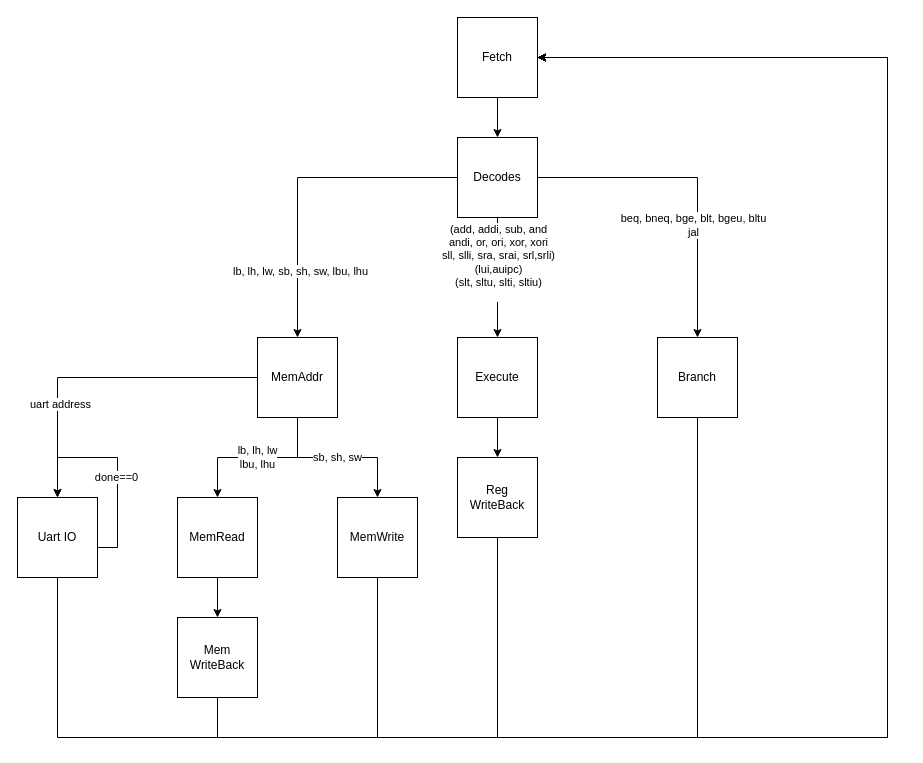
Before: Untitled Diagram.drawio in cyx233/CppSource, a draw.io diagram. Source tidied: cells renumbered, new cells numbered last; positions are measured from the earlier drawing's top-left corner, leaving out a move shared by most shapes. Both pictures are drawn from the tidied source at 100%, with x=0, y=0 at pixel (17, 17).
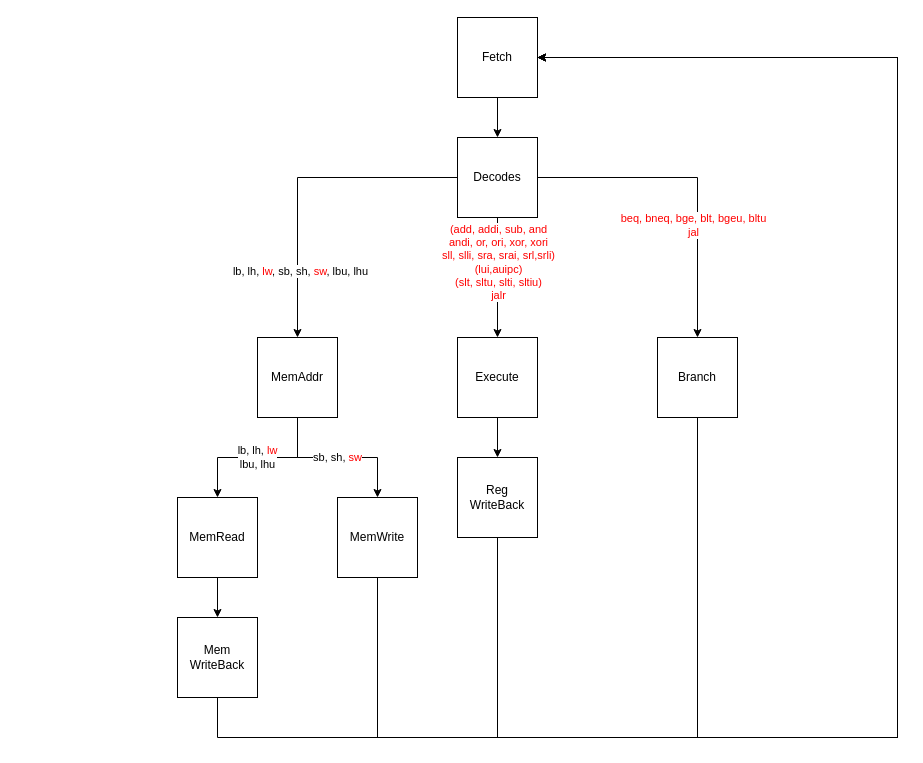
The same diagram, later.

Unchanged cells that the change refers to:
```xml
<mxCell id="3" value="Fetch" style="whiteSpace=wrap;html=1;" parent="1" vertex="1">
  <mxGeometry x="440" width="80" height="80" as="geometry" />
</mxCell>
<mxCell id="4" style="edgeStyle=orthogonalEdgeStyle;rounded=0;jettySize=auto;html=1;exitX=0;exitY=0.5;exitDx=0;exitDy=0;entryX=0.5;entryY=0;entryDx=0;entryDy=0;" parent="1" edge="1" source="10" target="19">
  <mxGeometry relative="1" as="geometry" />
</mxCell>
<mxCell id="6" style="edgeStyle=orthogonalEdgeStyle;rounded=0;jettySize=auto;html=1;entryX=0.5;entryY=0;entryDx=0;entryDy=0;" parent="1" edge="1" source="10" target="14">
  <mxGeometry relative="1" as="geometry" />
</mxCell>
<mxCell id="8" style="edgeStyle=orthogonalEdgeStyle;rounded=0;jettySize=auto;html=1;entryX=0.5;entryY=0;entryDx=0;entryDy=0;" parent="1" edge="1" source="10" target="12">
  <mxGeometry relative="1" as="geometry" />
</mxCell>
<mxCell id="12" value="Branch" style="whiteSpace=wrap;html=1;" parent="1" vertex="1">
  <mxGeometry x="640" y="320" width="80" height="80" as="geometry" />
</mxCell>
<mxCell id="19" value="MemAddr" style="whiteSpace=wrap;html=1;" parent="1" vertex="1">
  <mxGeometry x="240" y="320" width="80" height="80" as="geometry" />
</mxCell>
<mxCell id="21" value="Reg WriteBack" style="whiteSpace=wrap;html=1;" parent="1" vertex="1">
  <mxGeometry x="440" y="440" width="80" height="80" as="geometry" />
</mxCell>
<mxCell id="23" value="MemWrite" style="whiteSpace=wrap;html=1;" parent="1" vertex="1">
  <mxGeometry x="320" y="480" width="80" height="80" as="geometry" />
</mxCell>
<mxCell id="25" value="MemRead" style="whiteSpace=wrap;html=1;" parent="1" vertex="1">
  <mxGeometry x="160" y="480" width="80" height="80" as="geometry" />
</mxCell>
<mxCell id="27" value="Mem WriteBack" style="whiteSpace=wrap;html=1;" parent="1" vertex="1">
  <mxGeometry x="160" y="600" width="80" height="80" as="geometry" />
</mxCell>
```

What changed in the source:
```diff
@@
-    <mxCell id="5" value="lb, lh, lw, sb, sh, sw, lbu, lhu" style="edgeLabel;html=1;align=center;verticalAlign=middle;" parent="4" vertex="1">
+    <mxCell id="5" value="lb, lh, &lt;font color=&quot;#FF0000&quot;&gt;lw&lt;/font&gt;, sb, sh,&lt;font color=&quot;#FF0000&quot;&gt; sw&lt;/font&gt;, lbu, lhu" style="edgeLabel;html=1;align=center;verticalAlign=middle;" parent="4" vertex="1">
       <mxGeometry x="0.58" y="2" relative="1" as="geometry" />
     </mxCell>
@@
-    <mxCell id="7" value="&lt;div&gt;(add, addi, sub, and&lt;/div&gt;&lt;div&gt;andi, or, ori, xor, xori&lt;/div&gt;&lt;div&gt;sll, slli, sra, srai, srl,srli)&lt;/div&gt;&lt;div&gt;(lui,auipc)&lt;/div&gt;&lt;div&gt;(slt, sltu, slti, sltiu)&lt;/div&gt;&lt;div&gt;&lt;br&gt;&lt;/div&gt;" style="edgeLabel;html=1;align=center;verticalAlign=middle;" parent="6" vertex="1">
+    <mxCell id="7" value="&lt;div&gt;&lt;font color=&quot;#FF0000&quot;&gt;(add, addi, sub, and&lt;/font&gt;&lt;/div&gt;&lt;div&gt;&lt;font color=&quot;#FF0000&quot;&gt;andi, or, ori, xor, xori&lt;/font&gt;&lt;/div&gt;&lt;div&gt;&lt;font color=&quot;#FF0000&quot;&gt;sll, slli, sra, srai, srl,srli)&lt;/font&gt;&lt;/div&gt;&lt;div&gt;&lt;font color=&quot;#FF0000&quot;&gt;(lui,auipc)&lt;/font&gt;&lt;/div&gt;&lt;div&gt;&lt;font color=&quot;#FF0000&quot;&gt;(slt, sltu, slti, sltiu)&lt;/font&gt;&lt;/div&gt;&lt;div&gt;&lt;font color=&quot;#FF0000&quot;&gt;jalr&lt;br&gt;&lt;/font&gt;&lt;/div&gt;" style="edgeLabel;html=1;align=center;verticalAlign=middle;" parent="6" vertex="1">
       <mxGeometry x="-0.27" relative="1" as="geometry" />
     </mxCell>
@@
-    <mxCell id="9" value="&lt;div&gt;beq, bneq, bge, blt, bgeu, bltu&lt;/div&gt;&lt;div&gt;jal&lt;br&gt;&lt;/div&gt;" style="edgeLabel;html=1;align=center;verticalAlign=middle;" parent="8" vertex="1">
+    <mxCell id="9" value="&lt;div&gt;&lt;font color=&quot;#FF0000&quot;&gt;beq, bneq, bge, blt, bgeu, bltu&lt;/font&gt;&lt;/div&gt;&lt;div&gt;&lt;font color=&quot;#FF0000&quot;&gt;jal&lt;br&gt;&lt;/font&gt;&lt;/div&gt;" style="edgeLabel;html=1;align=center;verticalAlign=middle;" parent="8" vertex="1">
       <mxGeometry x="-0.03" y="-47" relative="1" as="geometry" />
     </mxCell>
@@
     <mxCell id="11" style="edgeStyle=orthogonalEdgeStyle;rounded=0;jettySize=auto;html=1;" parent="1" edge="1" source="12" target="3">
       <mxGeometry relative="1" as="geometry">
         <Array as="points">
           <mxPoint x="680" y="720" />
-          <mxPoint x="870" y="720" />
-          <mxPoint x="870" y="40" />
+          <mxPoint x="880" y="720" />
+          <mxPoint x="880" y="40" />
         </Array>
       </mxGeometry>
     </mxCell>
@@
-    <mxCell id="15" value="&lt;div&gt;lb, lh, lw&lt;/div&gt;&lt;div&gt;lbu, lhu&lt;/div&gt;" style="edgeStyle=orthogonalEdgeStyle;rounded=0;jettySize=auto;html=1;entryX=0.5;entryY=0;entryDx=0;entryDy=0;" parent="1" edge="1" source="19" target="25">
+    <mxCell id="15" value="&lt;div&gt;lb, lh, &lt;font color=&quot;#FF0000&quot;&gt;lw&lt;/font&gt;&lt;/div&gt;&lt;div&gt;lbu, lhu&lt;/div&gt;" style="edgeStyle=orthogonalEdgeStyle;rounded=0;jettySize=auto;html=1;entryX=0.5;entryY=0;entryDx=0;entryDy=0;" parent="1" edge="1" source="19" target="25">
       <mxGeometry relative="1" as="geometry" />
     </mxCell>
-    <mxCell id="16" value="sb, sh, sw" style="edgeStyle=orthogonalEdgeStyle;rounded=0;jettySize=auto;html=1;" parent="1" edge="1" source="19" target="23">
+    <mxCell id="16" value="sb, sh, &lt;font color=&quot;#FF0000&quot;&gt;sw&lt;/font&gt;" style="edgeStyle=orthogonalEdgeStyle;rounded=0;jettySize=auto;html=1;" parent="1" edge="1" source="19" target="23">
       <mxGeometry relative="1" as="geometry" />
     </mxCell>
-    <mxCell id="17" style="edgeStyle=orthogonalEdgeStyle;rounded=0;jettySize=auto;html=1;" parent="1" edge="1" source="19" target="29">
-      <mxGeometry relative="1" as="geometry" />
-    </mxCell>
-    <mxCell id="18" value="&lt;div&gt;uart address&lt;/div&gt;" style="edgeLabel;html=1;align=center;verticalAlign=middle;" parent="17" vertex="1">
-      <mxGeometry x="0.24" y="26" relative="1" as="geometry" />
-    </mxCell>
@@
     <mxCell id="20" style="edgeStyle=orthogonalEdgeStyle;rounded=0;jettySize=auto;html=1;" parent="1" edge="1" source="21" target="3">
       <mxGeometry relative="1" as="geometry">
         <Array as="points">
           <mxPoint x="480" y="720" />
-          <mxPoint x="870" y="720" />
-          <mxPoint x="870" y="40" />
+          <mxPoint x="880" y="720" />
+          <mxPoint x="880" y="40" />
         </Array>
       </mxGeometry>
     </mxCell>
@@
     <mxCell id="22" style="edgeStyle=orthogonalEdgeStyle;rounded=0;jettySize=auto;html=1;" parent="1" edge="1" source="23" target="3">
       <mxGeometry relative="1" as="geometry">
         <Array as="points">
           <mxPoint x="360" y="720" />
-          <mxPoint x="870" y="720" />
-          <mxPoint x="870" y="40" />
+          <mxPoint x="880" y="720" />
+          <mxPoint x="880" y="40" />
         </Array>
       </mxGeometry>
     </mxCell>
@@
     <mxCell id="26" style="edgeStyle=orthogonalEdgeStyle;rounded=0;jettySize=auto;html=1;exitX=0.5;exitY=1;exitDx=0;exitDy=0;" parent="1" edge="1" source="27" target="3">
       <mxGeometry relative="1" as="geometry">
         <Array as="points">
           <mxPoint x="200" y="720" />
-          <mxPoint x="870" y="720" />
-          <mxPoint x="870" y="40" />
+          <mxPoint x="880" y="720" />
+          <mxPoint x="880" y="40" />
         </Array>
       </mxGeometry>
     </mxCell>
@@
-    <mxCell id="28" style="edgeStyle=orthogonalEdgeStyle;rounded=0;jettySize=auto;html=1;" parent="1" edge="1" source="29" target="3">
-      <mxGeometry relative="1" as="geometry">
-        <Array as="points">
-          <mxPoint x="40" y="720" />
-          <mxPoint x="870" y="720" />
-          <mxPoint x="870" y="40" />
-        </Array>
-      </mxGeometry>
-    </mxCell>
-    <mxCell id="29" value="Uart IO" style="whiteSpace=wrap;html=1;" parent="1" vertex="1">
-      <mxGeometry y="480" width="80" height="80" as="geometry" />
-    </mxCell>
-    <mxCell id="30" style="edgeStyle=orthogonalEdgeStyle;rounded=0;orthogonalLoop=1;jettySize=auto;html=1;entryX=0.5;entryY=0;entryDx=0;entryDy=0;" parent="1" edge="1" source="29" target="29">
-      <mxGeometry relative="1" as="geometry">
-        <Array as="points">
-          <mxPoint x="100" y="530" />
-          <mxPoint x="100" y="440" />
-          <mxPoint x="40" y="440" />
-        </Array>
-      </mxGeometry>
-    </mxCell>
-    <mxCell id="31" value="done==0" style="edgeLabel;html=1;align=center;verticalAlign=middle;" parent="30" vertex="1">
-      <mxGeometry x="-0.22" y="2" relative="1" as="geometry">
-        <mxPoint y="-9" as="offset" />
-      </mxGeometry>
-    </mxCell>
```
